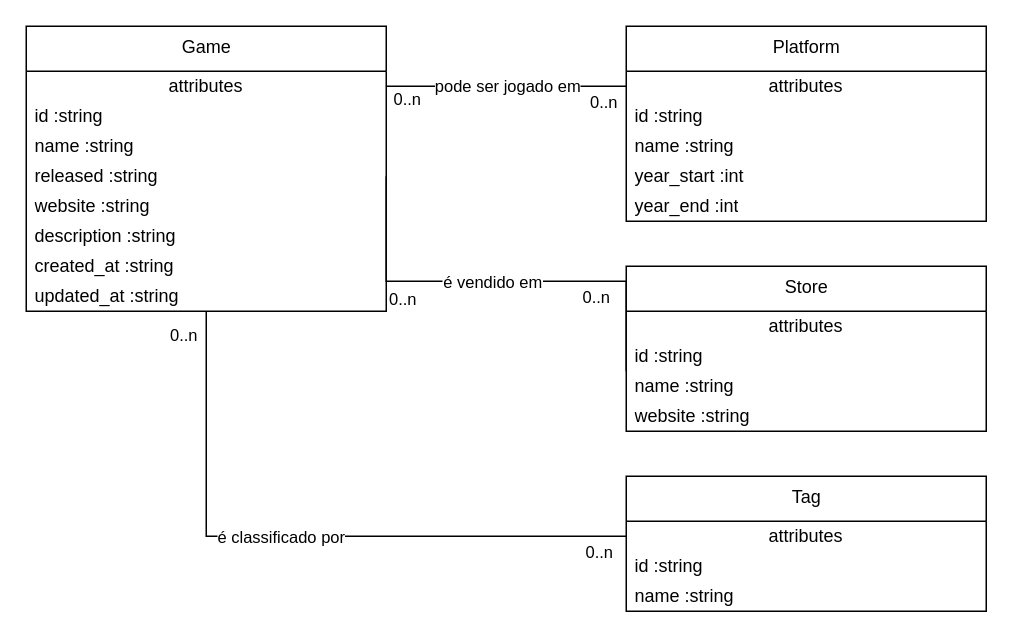
This is architecture/class-diagram.drawio from gmatozinho/games-api, a draw.io file, before an edit. Source tidied: cells renumbered, new cells numbered last; positions are measured from the earlier drawing's top-left corner, leaving out a move shared by most shapes. Both pictures are drawn from the tidied source at 150%, with x=0, y=0 at pixel (26, 26).
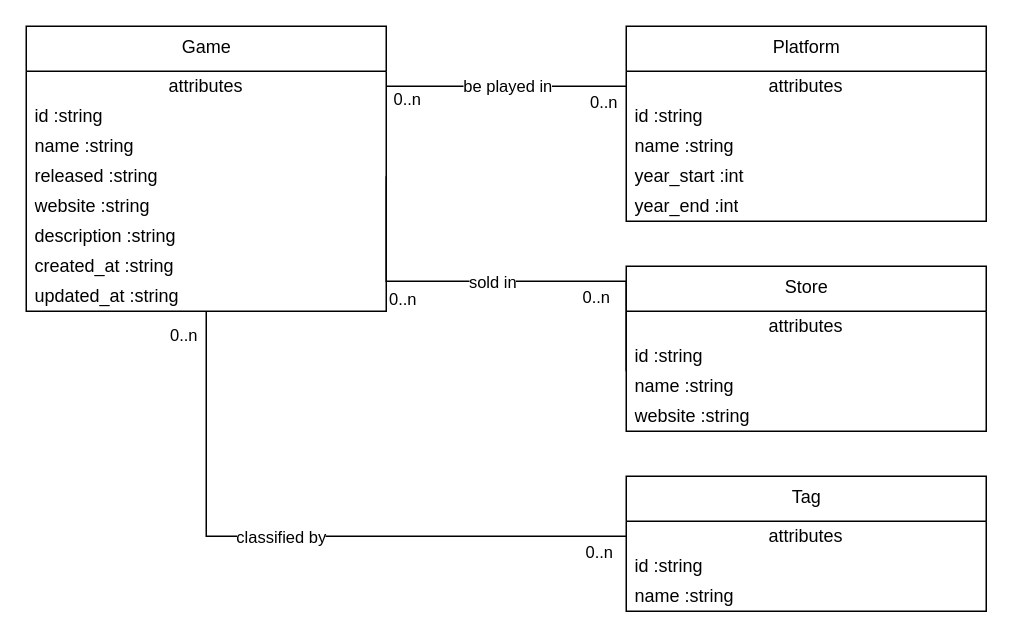
After the change.

The change refers to these unchanged cells:
```xml
<mxCell id="26" style="endArrow=none;html=1;rounded=0;entryX=0;entryY=0.5;entryDx=0;entryDy=0;edgeStyle=orthogonalEdgeStyle;" parent="1" edge="1" source="2" target="18">
  <mxGeometry relative="1" as="geometry" />
</mxCell>
<mxCell id="29" style="endArrow=none;html=1;rounded=0;entryX=0;entryY=0.5;entryDx=0;entryDy=0;exitX=1;exitY=0.5;exitDx=0;exitDy=0;edgeStyle=orthogonalEdgeStyle;" parent="1" edge="1" source="6">
  <mxGeometry relative="1" as="geometry">
    <mxPoint x="400" y="230" as="targetPoint" />
    <Array as="points">
      <mxPoint x="240" y="170" />
      <mxPoint x="400" y="170" />
    </Array>
  </mxGeometry>
</mxCell>
<mxCell id="32" style="endArrow=none;html=1;rounded=0;entryX=0;entryY=0.5;entryDx=0;entryDy=0;exitX=1;exitY=0.5;exitDx=0;exitDy=0;" parent="1" edge="1" source="3" target="12">
  <mxGeometry relative="1" as="geometry" />
</mxCell>
```

Change to the diagram source:
```diff
@@
-    <mxCell id="27" value="é classificado por" style="edgeLabel;html=1;align=center;verticalAlign=middle;" parent="26" vertex="1">
+    <mxCell id="27" value="classified by" style="edgeLabel;html=1;align=center;verticalAlign=middle;" parent="26" vertex="1">
       <mxGeometry x="0.21" y="-4" relative="1" as="geometry">
         <mxPoint x="-61" y="-4" as="offset" />
       </mxGeometry>
     </mxCell>
@@
-    <mxCell id="30" value="é vendido em" style="edgeLabel;html=1;align=center;verticalAlign=middle;" parent="29" vertex="1">
+    <mxCell id="30" value="sold in" style="edgeLabel;html=1;align=center;verticalAlign=middle;" parent="29" vertex="1">
       <mxGeometry x="-0.21" y="2" relative="1" as="geometry">
         <mxPoint x="25" y="2" as="offset" />
       </mxGeometry>
     </mxCell>
@@
-    <mxCell id="33" value="pode ser jogado em" style="edgeLabel;html=1;align=center;verticalAlign=middle;" parent="32" vertex="1">
+    <mxCell id="33" value="be played in" style="edgeLabel;html=1;align=center;verticalAlign=middle;" parent="32" vertex="1">
       <mxGeometry x="-0.2" y="1" relative="1" as="geometry">
         <mxPoint x="16" as="offset" />
       </mxGeometry>
     </mxCell>
```
